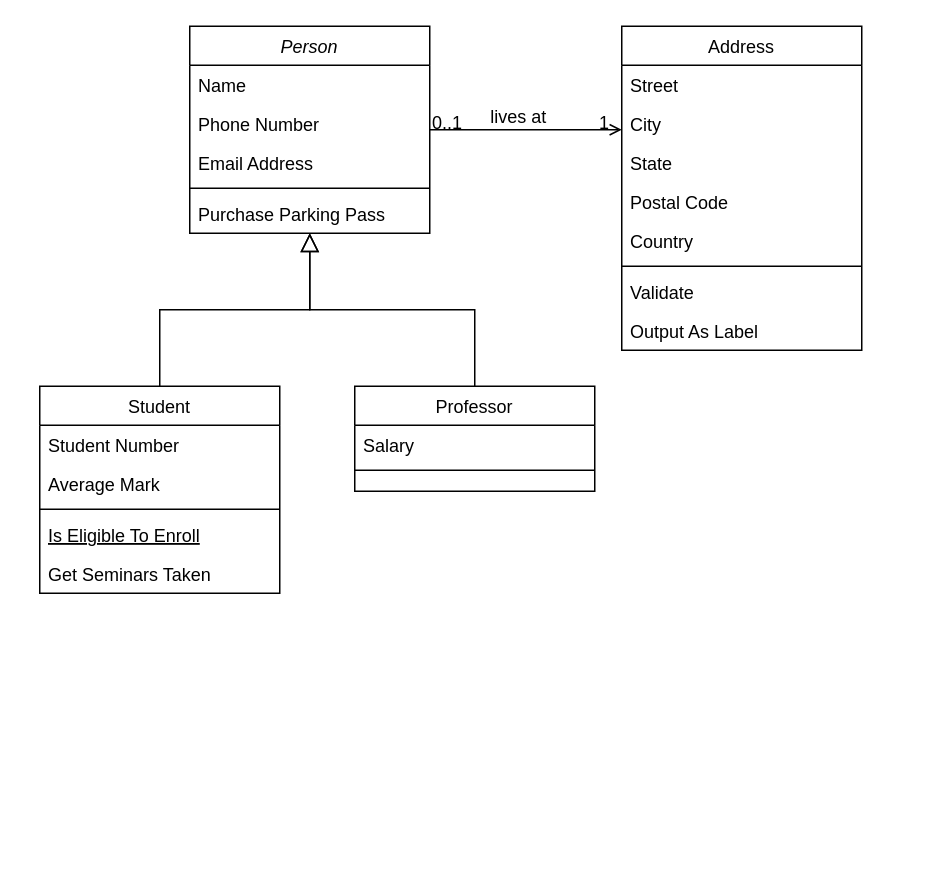
pytonuserouner/UML_study keeps this draw.io diagram as Сервис по созданию резюме Тест.drawio. Above is the earlier version. Source tidied: cells renumbered, new cells numbered last; positions are measured from the earlier drawing's top-left corner, leaving out a move shared by most shapes. Both pictures are drawn from the tidied source at 150%, with x=0, y=0 at pixel (39, 26).
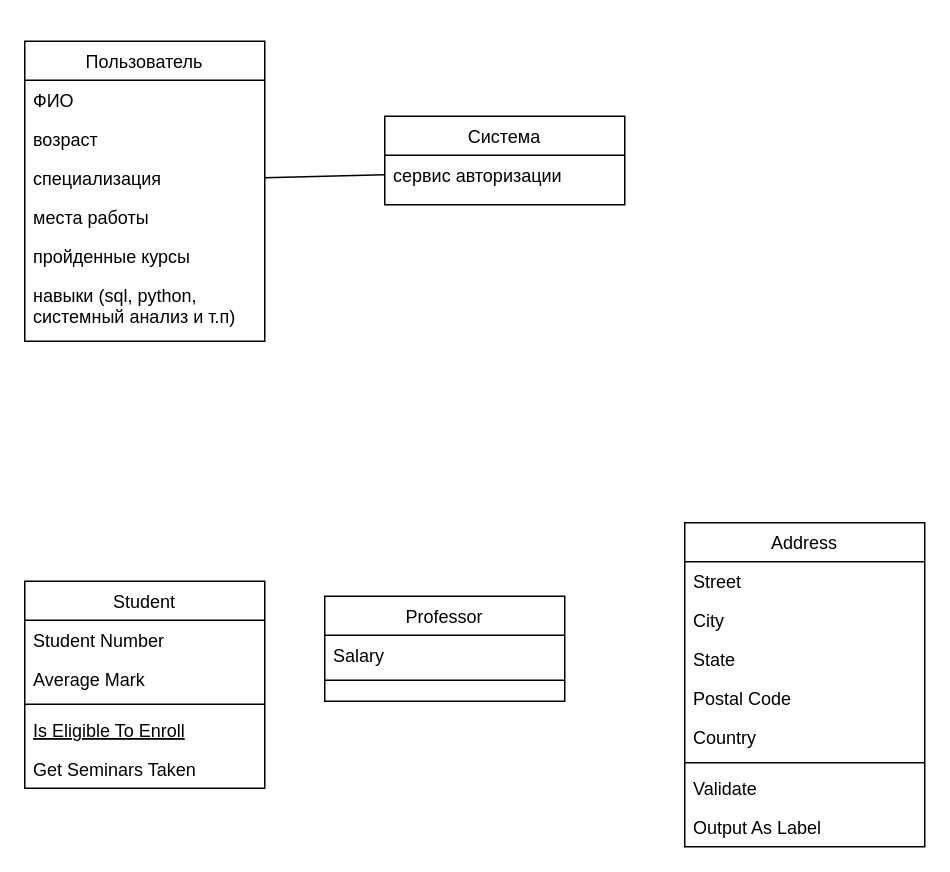
The same page after the edit.

Diff of the diagram source:
```diff
@@
-    <mxCell id="2" value="Person" style="swimlane;fontStyle=2;align=center;verticalAlign=top;horizontal=1;startSize=26;rounded=0;shadow=0;strokeWidth=1;" parent="1" vertex="1">
-      <mxGeometry x="100" width="160" height="138" as="geometry" />
+    <mxCell id="2" value="Пользователь" style="swimlane;fontStyle=0;align=center;verticalAlign=top;horizontal=1;startSize=26;rounded=0;shadow=0;strokeWidth=1;" parent="1" vertex="1">
+      <mxGeometry x="-10" y="10" width="160" height="200" as="geometry" />
     </mxCell>
-    <mxCell id="3" value="Name" style="text;align=left;verticalAlign=top;spacingLeft=4;spacingRight=4;overflow=hidden;" parent="2" vertex="1">
+    <mxCell id="3" value="ФИО" style="text;align=left;verticalAlign=top;spacingLeft=4;spacingRight=4;overflow=hidden;" parent="2" vertex="1">
       <mxGeometry y="26" width="160" height="26" as="geometry" />
     </mxCell>
-    <mxCell id="4" value="Phone Number" style="text;align=left;verticalAlign=top;spacingLeft=4;spacingRight=4;overflow=hidden;rounded=0;shadow=0;html=0;" parent="2" vertex="1">
+    <mxCell id="4" value="возраст" style="text;align=left;verticalAlign=top;spacingLeft=4;spacingRight=4;overflow=hidden;rounded=0;shadow=0;html=0;" parent="2" vertex="1">
       <mxGeometry y="52" width="160" height="26" as="geometry" />
     </mxCell>
-    <mxCell id="5" value="Email Address" style="text;align=left;verticalAlign=top;spacingLeft=4;spacingRight=4;overflow=hidden;points=[[0,0.5],[1,0.5]];portConstraint=eastwest;rounded=0;shadow=0;html=0;" parent="2" vertex="1">
+    <mxCell id="5" value="специализация" style="text;align=left;verticalAlign=top;spacingLeft=4;spacingRight=4;overflow=hidden;points=[[0,0.5],[1,0.5]];portConstraint=eastwest;rounded=0;shadow=0;html=0;" parent="2" vertex="1">
       <mxGeometry y="78" width="160" height="26" as="geometry" />
     </mxCell>
-    <mxCell id="6" style="line;html=1;strokeWidth=1;align=left;verticalAlign=middle;spacingTop=-1;spacingLeft=3;spacingRight=3;labelPosition=right;" parent="2" vertex="1">
-      <mxGeometry y="104" width="160" height="8" as="geometry" />
-    </mxCell>
-    <mxCell id="7" value="Purchase Parking Pass" style="text;align=left;verticalAlign=top;spacingLeft=4;spacingRight=4;overflow=hidden;" parent="2" vertex="1">
-      <mxGeometry y="112" width="160" height="26" as="geometry" />
-    </mxCell>
+    <mxCell id="32" value="места работы" style="text;align=left;verticalAlign=top;spacingLeft=4;spacingRight=4;overflow=hidden;rounded=0;shadow=0;html=0;" parent="2" vertex="1">
+      <mxGeometry y="104" width="160" height="26" as="geometry" />
+    </mxCell>
+    <mxCell id="33" value="пройденные курсы" style="text;align=left;verticalAlign=top;spacingLeft=4;spacingRight=4;overflow=hidden;rounded=0;shadow=0;html=0;" parent="2" vertex="1">
+      <mxGeometry y="130" width="160" height="26" as="geometry" />
+    </mxCell>
+    <mxCell id="34" value="навыки (sql, python,&#10;системный анализ и т.п)" style="text;align=left;verticalAlign=top;spacingLeft=4;spacingRight=4;overflow=hidden;rounded=0;shadow=0;html=0;" parent="2" vertex="1">
+      <mxGeometry y="156" width="160" height="44" as="geometry" />
+    </mxCell>
     <mxCell id="8" value="Student" style="swimlane;fontStyle=0;align=center;verticalAlign=top;horizontal=1;startSize=26;rounded=0;shadow=0;strokeWidth=1;" parent="1" vertex="1">
-      <mxGeometry y="240" width="160" height="138" as="geometry" />
+      <mxGeometry x="-10" y="370" width="160" height="138" as="geometry" />
     </mxCell>
@@
-    <mxCell id="14" style="endArrow=block;endSize=10;endFill=0;shadow=0;strokeWidth=1;rounded=0;curved=0;edgeStyle=elbowEdgeStyle;elbow=vertical;" parent="1" edge="1" source="8" target="2">
-      <mxGeometry relative="1" as="geometry" />
-    </mxCell>
     <mxCell id="15" value="Professor" style="swimlane;fontStyle=0;align=center;verticalAlign=top;horizontal=1;startSize=26;rounded=0;shadow=0;strokeWidth=1;" parent="1" vertex="1">
-      <mxGeometry x="210" y="240" width="160" height="70" as="geometry" />
+      <mxGeometry x="190" y="380" width="160" height="70" as="geometry" />
     </mxCell>
@@
-    <mxCell id="18" style="endArrow=block;endSize=10;endFill=0;shadow=0;strokeWidth=1;rounded=0;curved=0;edgeStyle=elbowEdgeStyle;elbow=vertical;" parent="1" edge="1" source="15" target="2">
-      <mxGeometry relative="1" as="geometry" />
-    </mxCell>
     <mxCell id="19" value="Address" style="swimlane;fontStyle=0;align=center;verticalAlign=top;horizontal=1;startSize=26;rounded=0;shadow=0;strokeWidth=1;" parent="1" vertex="1">
-      <mxGeometry x="388" width="160" height="216" as="geometry" />
+      <mxGeometry x="430" y="331" width="160" height="216" as="geometry" />
     </mxCell>
@@
-    <mxCell id="28" style="endArrow=open;shadow=0;strokeWidth=1;rounded=0;curved=0;endFill=1;edgeStyle=elbowEdgeStyle;elbow=vertical;" parent="1" edge="1" source="2" target="19">
-      <mxGeometry x="0.5" y="41" relative="1" as="geometry">
-        <mxPoint x="-40" y="32" as="offset" />
-      </mxGeometry>
-    </mxCell>
-    <mxCell id="29" value="0..1" style="align=left;verticalAlign=bottom;labelBackgroundColor=none;fontSize=12;" parent="28" vertex="1">
-      <mxGeometry x="-1" relative="1" as="geometry">
-        <mxPoint y="4" as="offset" />
-      </mxGeometry>
-    </mxCell>
-    <mxCell id="30" value="1" style="align=right;verticalAlign=bottom;labelBackgroundColor=none;fontSize=12;" parent="28" vertex="1">
-      <mxGeometry x="1" relative="1" as="geometry">
-        <mxPoint x="-7" y="4" as="offset" />
-      </mxGeometry>
-    </mxCell>
-    <mxCell id="31" value="lives at" style="text;html=1;align=center;verticalAlign=middle;labelBackgroundColor=none;rounded=0;shadow=0;strokeWidth=1;fontSize=12;" parent="28" vertex="1">
-      <mxGeometry x="0.5" y="49" relative="1" as="geometry">
-        <mxPoint x="-38" y="40" as="offset" />
-      </mxGeometry>
-    </mxCell>
+    <mxCell id="35" value="Система" style="swimlane;fontStyle=0;align=center;verticalAlign=top;horizontal=1;startSize=26;rounded=0;shadow=0;strokeWidth=1;" parent="1" vertex="1">
+      <mxGeometry x="230" y="60" width="160" height="59" as="geometry" />
+    </mxCell>
+    <mxCell id="36" value="сервис авторизации" style="text;align=left;verticalAlign=top;spacingLeft=4;spacingRight=4;overflow=hidden;points=[[0,0.5],[1,0.5]];portConstraint=eastwest;" parent="35" vertex="1">
+      <mxGeometry y="26" width="160" height="26" as="geometry" />
+    </mxCell>
+    <mxCell id="37" style="endArrow=none;html=1;rounded=0;exitX=1;exitY=0.5;exitDx=0;exitDy=0;entryX=0;entryY=0.5;entryDx=0;entryDy=0;" parent="1" edge="1" source="5" target="36">
+      <mxGeometry relative="1" as="geometry" />
+    </mxCell>
```
